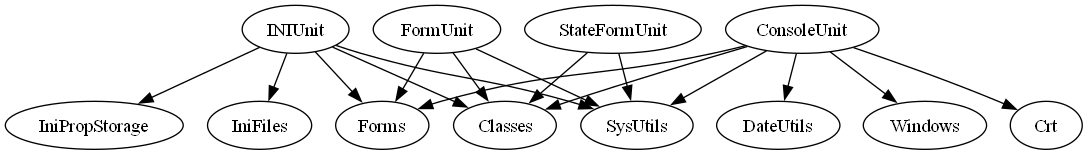
The Graphviz diagram docs/GVUses.png in JoeFerri/jflibfp, before a commit. Its source is kept beside it as docs/GVUses.dot.
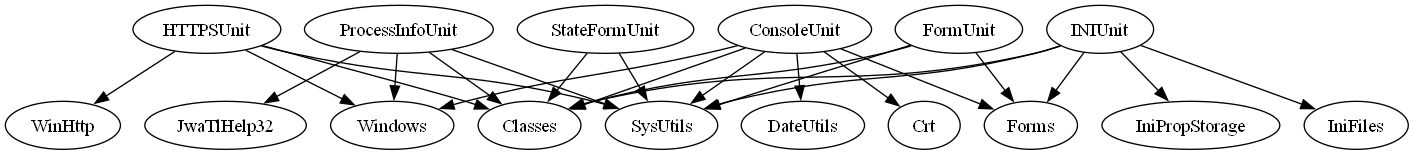
The same file after the commit.

Change to the diagram source:
```diff
@@ -10,12 +10,22 @@
   "FormUnit" -> "SysUtils"
   "FormUnit" -> "Forms"
   "FormUnit" [href="FormUnit.html"]
+  "HTTPSUnit" -> "Classes"
+  "HTTPSUnit" -> "SysUtils"
+  "HTTPSUnit" -> "Windows"
+  "HTTPSUnit" -> "WinHttp"
+  "HTTPSUnit" [href="HTTPSUnit.html"]
   "INIUnit" -> "Classes"
   "INIUnit" -> "SysUtils"
   "INIUnit" -> "IniPropStorage"
   "INIUnit" -> "IniFiles"
   "INIUnit" -> "Forms"
   "INIUnit" [href="INIUnit.html"]
+  "ProcessInfoUnit" -> "Classes"
+  "ProcessInfoUnit" -> "SysUtils"
+  "ProcessInfoUnit" -> "Windows"
+  "ProcessInfoUnit" -> "JwaTlHelp32"
+  "ProcessInfoUnit" [href="ProcessInfoUnit.html"]
   "StateFormUnit" -> "Classes"
   "StateFormUnit" -> "SysUtils"
   "StateFormUnit" [href="StateFormUnit.html"]
```
